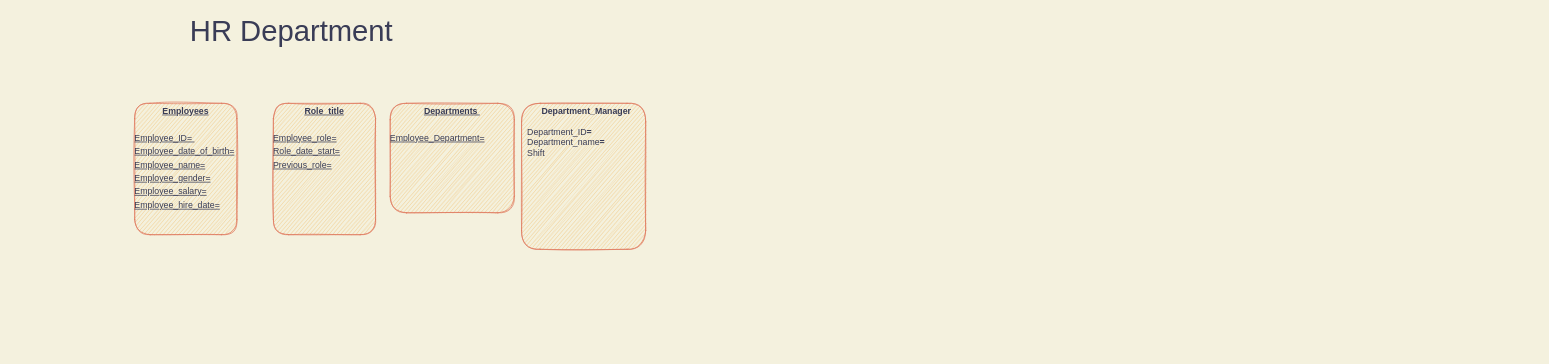
Before: RH Database Diagram.drawio in PriFlores/HR-Database, a draw.io diagram. Source tidied: cells renumbered, new cells numbered last; positions are measured from the earlier drawing's top-left corner, leaving out a move shared by most shapes. Both pictures are drawn from the tidied source at 73%, with x=0, y=0 at pixel (134, 19).
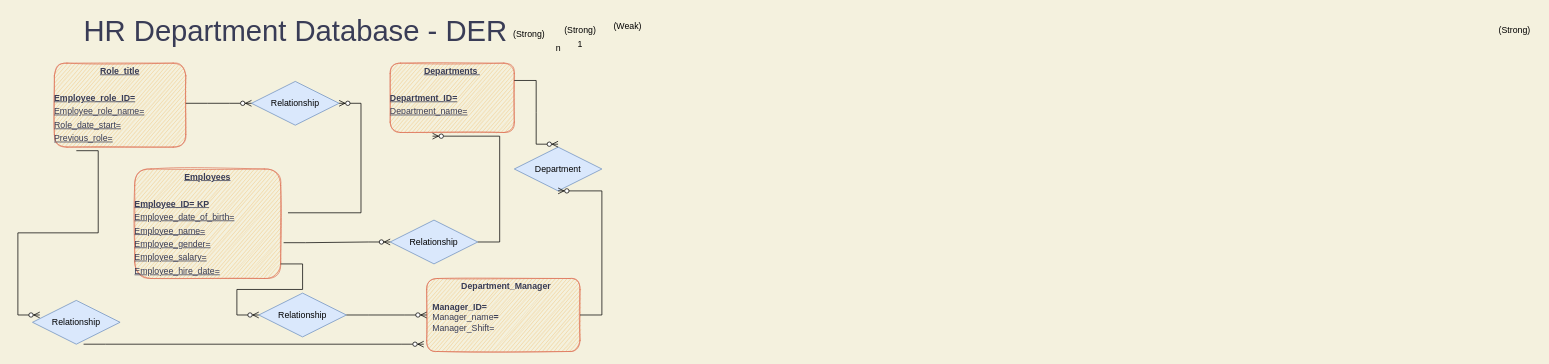
After the change.

Change to the diagram source:
```diff
@@
-    <mxCell id="2" value="&lt;p style=&quot;margin: 0px ; margin-top: 4px ; text-align: center ; text-decoration: underline&quot;&gt;&lt;b&gt;Employees&lt;/b&gt;&lt;/p&gt;&lt;p style=&quot;margin: 0px ; margin-top: 4px ; text-align: center ; text-decoration: underline&quot;&gt;&lt;b&gt;&lt;br&gt;&lt;/b&gt;&lt;/p&gt;&lt;p style=&quot;margin: 4px 0px 0px ; text-decoration: underline&quot;&gt;Employee_ID=&amp;nbsp;&lt;/p&gt;&lt;p style=&quot;margin: 4px 0px 0px ; text-decoration: underline&quot;&gt;Employee_date_of_birth=&lt;/p&gt;&lt;p style=&quot;margin: 4px 0px 0px ; text-decoration: underline&quot;&gt;Employee_name=&lt;/p&gt;&lt;p style=&quot;margin: 4px 0px 0px ; text-decoration: underline&quot;&gt;Employee_gender=&lt;/p&gt;&lt;p style=&quot;margin: 4px 0px 0px ; text-decoration: underline&quot;&gt;Employee_salary=&lt;/p&gt;&lt;p style=&quot;margin: 4px 0px 0px ; text-decoration: underline&quot;&gt;Employee_hire_date=&lt;/p&gt;&lt;p style=&quot;margin: 4px 0px 0px ; text-decoration: underline&quot;&gt;&lt;br&gt;&lt;/p&gt;&lt;p style=&quot;margin: 4px 0px 0px ; text-decoration: underline&quot;&gt;&lt;br&gt;&lt;/p&gt;&lt;p style=&quot;margin: 0px ; margin-top: 4px ; text-align: center ; text-decoration: underline&quot;&gt;&lt;br&gt;&lt;/p&gt;" style="verticalAlign=top;align=left;overflow=fill;fontSize=12;fontFamily=Helvetica;html=1;shadow=0;comic=0;labelBackgroundColor=none;strokeWidth=1;fillColor=#F2CC8F;strokeColor=#E07A5F;fontColor=#393C56;rounded=1;sketch=1;" parent="1" vertex="1">
-      <mxGeometry y="115" width="140" height="180" as="geometry" />
-    </mxCell>
-    <mxCell id="3" value="&lt;p style=&quot;margin: 0px ; margin-top: 4px ; text-align: center ; text-decoration: underline&quot;&gt;&lt;b&gt;Role&amp;nbsp; title&lt;/b&gt;&lt;/p&gt;&lt;p style=&quot;margin: 0px ; margin-top: 4px ; text-align: center ; text-decoration: underline&quot;&gt;&lt;b&gt;&lt;br&gt;&lt;/b&gt;&lt;/p&gt;&lt;p style=&quot;margin: 4px 0px 0px ; text-decoration: underline&quot;&gt;Employee_role&lt;span&gt;=&lt;/span&gt;&lt;/p&gt;&lt;p style=&quot;margin: 4px 0px 0px ; text-decoration: underline&quot;&gt;Role_date_start=&lt;/p&gt;&lt;p style=&quot;margin: 4px 0px 0px ; text-decoration: underline&quot;&gt;Previous_role=&lt;/p&gt;&lt;p style=&quot;margin: 4px 0px 0px ; text-decoration: underline&quot;&gt;&lt;b&gt;&lt;br&gt;&lt;/b&gt;&lt;/p&gt;" style="verticalAlign=top;align=left;overflow=fill;fontSize=12;fontFamily=Helvetica;html=1;shadow=0;comic=0;labelBackgroundColor=none;strokeWidth=1;fillColor=#F2CC8F;strokeColor=#E07A5F;fontColor=#393C56;rounded=1;sketch=1;" parent="1" vertex="1">
-      <mxGeometry x="190" y="115" width="140" height="180" as="geometry" />
+    <mxCell id="3" value="&lt;p style=&quot;margin: 0px ; margin-top: 4px ; text-align: center ; text-decoration: underline&quot;&gt;&lt;b&gt;Role&amp;nbsp; title&lt;/b&gt;&lt;/p&gt;&lt;p style=&quot;margin: 0px ; margin-top: 4px ; text-align: center ; text-decoration: underline&quot;&gt;&lt;b&gt;&lt;br&gt;&lt;/b&gt;&lt;/p&gt;&lt;p style=&quot;margin: 4px 0px 0px ; text-decoration: underline&quot;&gt;&lt;b&gt;Employee_role_ID&lt;span&gt;=&lt;/span&gt;&lt;/b&gt;&lt;/p&gt;&lt;p style=&quot;margin: 4px 0px 0px ; text-decoration: underline&quot;&gt;Employee_role_name=&lt;/p&gt;&lt;p style=&quot;margin: 4px 0px 0px ; text-decoration: underline&quot;&gt;Role_date_start=&lt;/p&gt;&lt;p style=&quot;margin: 4px 0px 0px ; text-decoration: underline&quot;&gt;Previous_role=&lt;/p&gt;&lt;p style=&quot;margin: 4px 0px 0px ; text-decoration: underline&quot;&gt;&lt;b&gt;&lt;br&gt;&lt;/b&gt;&lt;/p&gt;" style="verticalAlign=top;align=left;overflow=fill;fontSize=12;fontFamily=Helvetica;html=1;shadow=0;comic=0;labelBackgroundColor=none;strokeWidth=1;fillColor=#F2CC8F;strokeColor=#E07A5F;fontColor=#393C56;rounded=1;sketch=1;" parent="1" vertex="1">
+      <mxGeometry x="-110" y="60" width="180" height="115" as="geometry" />
     </mxCell>
-    <mxCell id="4" value="&lt;p style=&quot;margin: 0px ; margin-top: 4px ; text-align: center ; text-decoration: underline&quot;&gt;&lt;b&gt;Departments&amp;nbsp;&lt;/b&gt;&lt;/p&gt;&lt;p style=&quot;margin: 0px ; margin-top: 4px ; text-align: center ; text-decoration: underline&quot;&gt;&lt;b&gt;&lt;br&gt;&lt;/b&gt;&lt;/p&gt;&lt;p style=&quot;margin: 4px 0px 0px ; text-decoration: underline&quot;&gt;Employee_Department=&lt;/p&gt;" style="verticalAlign=top;align=left;overflow=fill;fontSize=12;fontFamily=Helvetica;html=1;shadow=0;comic=0;labelBackgroundColor=none;strokeWidth=1;fillColor=#F2CC8F;strokeColor=#E07A5F;fontColor=#393C56;rounded=1;sketch=1;" parent="1" vertex="1">
-      <mxGeometry x="350" y="115" width="170" height="150" as="geometry" />
+    <mxCell id="4" value="&lt;p style=&quot;margin: 0px ; margin-top: 4px ; text-align: center ; text-decoration: underline&quot;&gt;&lt;b&gt;Departments&amp;nbsp;&lt;/b&gt;&lt;/p&gt;&lt;p style=&quot;margin: 0px ; margin-top: 4px ; text-align: center ; text-decoration: underline&quot;&gt;&lt;b&gt;&lt;br&gt;&lt;/b&gt;&lt;/p&gt;&lt;p style=&quot;margin: 4px 0px 0px ; text-decoration: underline&quot;&gt;&lt;b&gt;Department_ID=&lt;/b&gt;&lt;/p&gt;&lt;p style=&quot;margin: 4px 0px 0px ; text-decoration: underline&quot;&gt;Department_name=&lt;/p&gt;" style="verticalAlign=top;align=left;overflow=fill;fontSize=12;fontFamily=Helvetica;html=1;shadow=0;comic=0;labelBackgroundColor=none;strokeWidth=1;fillColor=#F2CC8F;strokeColor=#E07A5F;fontColor=#393C56;rounded=1;sketch=1;" parent="1" vertex="1">
+      <mxGeometry x="350" y="60" width="170" height="95" as="geometry" />
     </mxCell>
-    <mxCell id="5" value="&lt;p style=&quot;margin: 0px ; margin-top: 4px ; text-align: center ; text-decoration: underline&quot;&gt;&lt;/p&gt;&lt;p style=&quot;text-align: center ; margin: 0px 0px 0px 8px&quot;&gt;&lt;b&gt;Department_Manager&lt;/b&gt;&lt;/p&gt;&lt;p style=&quot;text-align: center ; margin: 0px 0px 0px 8px&quot;&gt;&lt;br&gt;&lt;/p&gt;&lt;p style=&quot;margin: 0px 0px 0px 8px&quot;&gt;Department_ID&lt;b&gt;=&lt;/b&gt;&lt;/p&gt;&lt;p style=&quot;margin: 0px 0px 0px 8px&quot;&gt;Department_name&lt;b&gt;=&lt;/b&gt;&lt;/p&gt;&lt;p style=&quot;margin: 0px 0px 0px 8px&quot;&gt;Shift&amp;nbsp;&lt;/p&gt;" style="verticalAlign=top;align=left;overflow=fill;fontSize=12;fontFamily=Helvetica;html=1;shadow=0;comic=0;labelBackgroundColor=none;strokeWidth=1;fillColor=#F2CC8F;strokeColor=#E07A5F;fontColor=#393C56;rounded=1;sketch=1;" parent="1" vertex="1">
-      <mxGeometry x="530" y="115" width="170" height="200" as="geometry" />
+    <mxCell id="5" value="&lt;p style=&quot;margin: 0px ; margin-top: 4px ; text-align: center ; text-decoration: underline&quot;&gt;&lt;/p&gt;&lt;p style=&quot;text-align: center ; margin: 0px 0px 0px 8px&quot;&gt;&lt;b&gt;Department_Manager&lt;/b&gt;&lt;/p&gt;&lt;p style=&quot;text-align: center ; margin: 0px 0px 0px 8px&quot;&gt;&lt;br&gt;&lt;/p&gt;&lt;p style=&quot;margin: 0px 0px 0px 8px&quot;&gt;&lt;b&gt;Manager_ID=&lt;/b&gt;&lt;/p&gt;&lt;p style=&quot;margin: 0px 0px 0px 8px&quot;&gt;Manager_name&lt;b&gt;=&amp;nbsp;&lt;/b&gt;&lt;/p&gt;&lt;p style=&quot;margin: 0px 0px 0px 8px&quot;&gt;Manager_Shift=&lt;/p&gt;" style="verticalAlign=top;align=left;overflow=fill;fontSize=12;fontFamily=Helvetica;html=1;shadow=0;comic=0;labelBackgroundColor=none;strokeWidth=1;fillColor=#F2CC8F;strokeColor=#E07A5F;fontColor=#393C56;rounded=1;sketch=1;" parent="1" vertex="1">
+      <mxGeometry x="400" y="355" width="210" height="100" as="geometry" />
     </mxCell>
-    <mxCell id="6" value="&lt;font style=&quot;font-size: 40px&quot;&gt;HR Department&amp;nbsp;&lt;/font&gt;" style="text;html=1;align=center;verticalAlign=middle;fillColor=none;strokeColor=none;fontColor=#393C56;rounded=1;sketch=1;" parent="1" vertex="1">
-      <mxGeometry x="70" width="300" height="30" as="geometry" />
+    <mxCell id="6" value="&lt;font style=&quot;font-size: 40px&quot;&gt;HR Department Database - DER&lt;/font&gt;" style="text;html=1;align=center;verticalAlign=middle;fillColor=none;strokeColor=none;fontColor=#393C56;rounded=1;sketch=1;" parent="1" vertex="1">
+      <mxGeometry x="-80" width="600" height="30" as="geometry" />
     </mxCell>
+    <mxCell id="7" value="(Strong)" style="text;html=1;align=center;verticalAlign=middle;strokeColor=none;fillColor=none;" parent="1" vertex="1">
+      <mxGeometry x="510" y="10" width="60" height="20" as="geometry" />
+    </mxCell>
+    <mxCell id="8" value="(Strong)" style="text;html=1;align=center;verticalAlign=middle;fillColor=none;strokeColor=none;rounded=0;" parent="1" vertex="1">
+      <mxGeometry x="580" y="5" width="60" height="20" as="geometry" />
+    </mxCell>
+    <mxCell id="9" value="(Weak)" style="text;html=1;align=center;verticalAlign=middle;fillColor=none;strokeColor=none;rounded=0;" parent="1" vertex="1">
+      <mxGeometry x="650" width="50" height="20" as="geometry" />
+    </mxCell>
+    <mxCell id="10" value="(Strong)" style="text;html=1;align=center;verticalAlign=middle;fillColor=none;strokeColor=none;rounded=0;" parent="1" vertex="1">
+      <mxGeometry x="1860" y="5" width="60" height="20" as="geometry" />
+    </mxCell>
+    <mxCell id="11" value="Relationship" style="shape=rhombus;perimeter=rhombusPerimeter;whiteSpace=wrap;html=1;align=center;fillColor=#dae8fc;strokeColor=#6c8ebf;" parent="1" vertex="1">
+      <mxGeometry x="350" y="275" width="120" height="60" as="geometry" />
+    </mxCell>
+    <mxCell id="12" value="Department" style="shape=rhombus;perimeter=rhombusPerimeter;whiteSpace=wrap;html=1;align=center;fillColor=#dae8fc;strokeColor=#6c8ebf;" parent="1" vertex="1">
+      <mxGeometry x="520" y="175" width="120" height="60" as="geometry" />
+    </mxCell>
+    <mxCell id="13" value="n" style="text;html=1;align=center;verticalAlign=middle;fillColor=none;strokeColor=none;rounded=0;" parent="1" vertex="1">
+      <mxGeometry x="570" y="30" width="20" height="20" as="geometry" />
+    </mxCell>
+    <mxCell id="14" value="1" style="text;html=1;align=center;verticalAlign=middle;fillColor=none;strokeColor=none;rounded=0;" parent="1" vertex="1">
+      <mxGeometry x="600" y="25" width="20" height="20" as="geometry" />
+    </mxCell>
+    <mxCell id="15" value="Relationship" style="shape=rhombus;perimeter=rhombusPerimeter;whiteSpace=wrap;html=1;align=center;fillColor=#dae8fc;strokeColor=#6c8ebf;" parent="1" vertex="1">
+      <mxGeometry x="160" y="85" width="120" height="60" as="geometry" />
+    </mxCell>
+    <mxCell id="2" value="&lt;p style=&quot;margin: 0px ; margin-top: 4px ; text-align: center ; text-decoration: underline&quot;&gt;&lt;b&gt;Employees&lt;/b&gt;&lt;/p&gt;&lt;p style=&quot;margin: 0px ; margin-top: 4px ; text-align: center ; text-decoration: underline&quot;&gt;&lt;b&gt;&lt;br&gt;&lt;/b&gt;&lt;/p&gt;&lt;p style=&quot;margin: 4px 0px 0px ; text-decoration: underline&quot;&gt;&lt;b&gt;Employee_ID= KP&lt;/b&gt;&lt;/p&gt;&lt;p style=&quot;margin: 4px 0px 0px ; text-decoration: underline&quot;&gt;Employee_date_of_birth=&lt;/p&gt;&lt;p style=&quot;margin: 4px 0px 0px ; text-decoration: underline&quot;&gt;Employee_name=&lt;/p&gt;&lt;p style=&quot;margin: 4px 0px 0px ; text-decoration: underline&quot;&gt;Employee_gender=&lt;/p&gt;&lt;p style=&quot;margin: 4px 0px 0px ; text-decoration: underline&quot;&gt;Employee_salary=&lt;/p&gt;&lt;p style=&quot;margin: 4px 0px 0px ; text-decoration: underline&quot;&gt;Employee_hire_date=&lt;/p&gt;&lt;p style=&quot;margin: 4px 0px 0px ; text-decoration: underline&quot;&gt;&lt;br&gt;&lt;/p&gt;&lt;p style=&quot;margin: 4px 0px 0px ; text-decoration: underline&quot;&gt;&lt;br&gt;&lt;/p&gt;&lt;p style=&quot;margin: 0px ; margin-top: 4px ; text-align: center ; text-decoration: underline&quot;&gt;&lt;br&gt;&lt;/p&gt;" style="verticalAlign=top;align=left;overflow=fill;fontSize=12;fontFamily=Helvetica;html=1;shadow=0;comic=0;labelBackgroundColor=none;strokeWidth=1;fillColor=#F2CC8F;strokeColor=#E07A5F;fontColor=#393C56;rounded=1;sketch=1;" parent="1" vertex="1">
+      <mxGeometry y="205" width="200" height="150" as="geometry" />
+    </mxCell>
+    <mxCell id="16" style="edgeStyle=entityRelationEdgeStyle;fontSize=12;html=1;endArrow=ERzeroToMany;endFill=1;rounded=0;" parent="1" edge="1" target="15">
+      <mxGeometry relative="1" as="geometry">
+        <mxPoint x="70" y="115" as="sourcePoint" />
+      </mxGeometry>
+    </mxCell>
+    <mxCell id="17" style="edgeStyle=entityRelationEdgeStyle;fontSize=12;html=1;endArrow=ERzeroToMany;endFill=1;rounded=0;" parent="1" edge="1" target="15">
+      <mxGeometry relative="1" as="geometry">
+        <mxPoint x="210" y="265" as="sourcePoint" />
+      </mxGeometry>
+    </mxCell>
+    <mxCell id="18" style="edgeStyle=entityRelationEdgeStyle;fontSize=12;html=1;endArrow=ERzeroToMany;endFill=1;rounded=0;exitX=1;exitY=0.25;exitDx=0;exitDy=0;" parent="1" edge="1" source="4">
+      <mxGeometry relative="1" as="geometry">
+        <mxPoint x="580" y="171" as="targetPoint" />
+      </mxGeometry>
+    </mxCell>
+    <mxCell id="19" style="edgeStyle=entityRelationEdgeStyle;fontSize=12;html=1;endArrow=ERzeroToMany;endFill=1;rounded=0;entryX=0.5;entryY=1;entryDx=0;entryDy=0;" parent="1" edge="1" source="5" target="12">
+      <mxGeometry relative="1" as="geometry" />
+    </mxCell>
+    <mxCell id="20" style="edgeStyle=entityRelationEdgeStyle;fontSize=12;html=1;endArrow=ERzeroToMany;endFill=1;rounded=0;exitX=1.02;exitY=0.673;exitDx=0;exitDy=0;exitPerimeter=0;" parent="1" edge="1" source="2" target="11">
+      <mxGeometry relative="1" as="geometry" />
+    </mxCell>
+    <mxCell id="21" style="edgeStyle=entityRelationEdgeStyle;fontSize=12;html=1;endArrow=ERzeroToMany;endFill=1;rounded=0;entryX=0.341;entryY=1.053;entryDx=0;entryDy=0;entryPerimeter=0;" parent="1" edge="1" source="11" target="4">
+      <mxGeometry relative="1" as="geometry" />
+    </mxCell>
+    <mxCell id="22" style="edgeStyle=orthogonalEdgeStyle;rounded=0;orthogonalLoop=1;jettySize=auto;html=1;exitX=0.5;exitY=1;exitDx=0;exitDy=0;" parent="1" edge="1" source="2" target="2">
+      <mxGeometry relative="1" as="geometry" />
+    </mxCell>
+    <mxCell id="23" value="Relationship" style="shape=rhombus;perimeter=rhombusPerimeter;whiteSpace=wrap;html=1;align=center;fillColor=#dae8fc;strokeColor=#6c8ebf;" parent="1" vertex="1">
+      <mxGeometry x="170" y="375" width="120" height="60" as="geometry" />
+    </mxCell>
+    <mxCell id="24" style="edgeStyle=entityRelationEdgeStyle;fontSize=12;html=1;endArrow=ERzeroToMany;endFill=1;rounded=0;exitX=1;exitY=0.867;exitDx=0;exitDy=0;exitPerimeter=0;" parent="1" edge="1" source="2">
+      <mxGeometry relative="1" as="geometry">
+        <mxPoint x="170" y="405" as="targetPoint" />
+      </mxGeometry>
+    </mxCell>
+    <mxCell id="25" style="edgeStyle=entityRelationEdgeStyle;fontSize=12;html=1;endArrow=ERzeroToMany;endFill=1;rounded=0;entryX=0;entryY=0.5;entryDx=0;entryDy=0;" parent="1" edge="1" source="23" target="5">
+      <mxGeometry relative="1" as="geometry" />
+    </mxCell>
+    <mxCell id="26" style="edgeStyle=entityRelationEdgeStyle;fontSize=12;html=1;endArrow=ERzeroToMany;endFill=1;rounded=0;exitX=0.167;exitY=1.043;exitDx=0;exitDy=0;exitPerimeter=0;" parent="1" edge="1" source="3">
+      <mxGeometry relative="1" as="geometry">
+        <mxPoint x="-130" y="405" as="targetPoint" />
+      </mxGeometry>
+    </mxCell>
+    <mxCell id="27" value="Relationship" style="shape=rhombus;perimeter=rhombusPerimeter;whiteSpace=wrap;html=1;align=center;fillColor=#dae8fc;strokeColor=#6c8ebf;fontStyle=0;" parent="1" vertex="1">
+      <mxGeometry x="-140" y="385" width="120" height="60" as="geometry" />
+    </mxCell>
+    <mxCell id="28" style="edgeStyle=entityRelationEdgeStyle;fontSize=12;html=1;endArrow=ERzeroToMany;endFill=1;rounded=0;entryX=-0.019;entryY=0.9;entryDx=0;entryDy=0;entryPerimeter=0;" parent="1" edge="1" target="5">
+      <mxGeometry relative="1" as="geometry">
+        <mxPoint x="-70" y="445" as="sourcePoint" />
+      </mxGeometry>
+    </mxCell>
```
